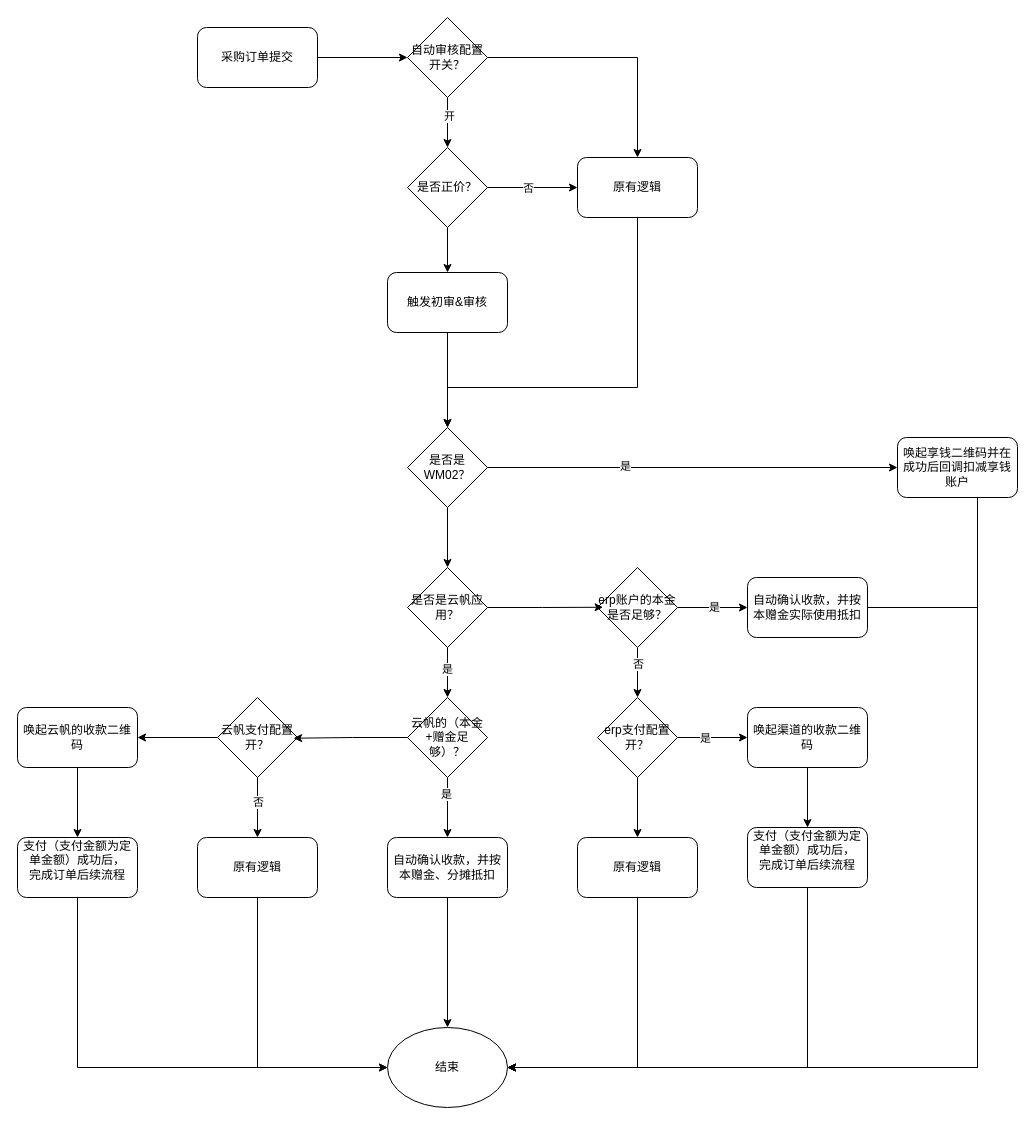
The draw.io diagram 290.drawio in duoduoCain/blog, before the edit. Source tidied: cells renumbered, new cells numbered last; positions are measured from the earlier drawing's top-left corner, leaving out a move shared by most shapes. Both pictures are drawn from the tidied source at 100%, with x=0, y=0 at pixel (17, 17).
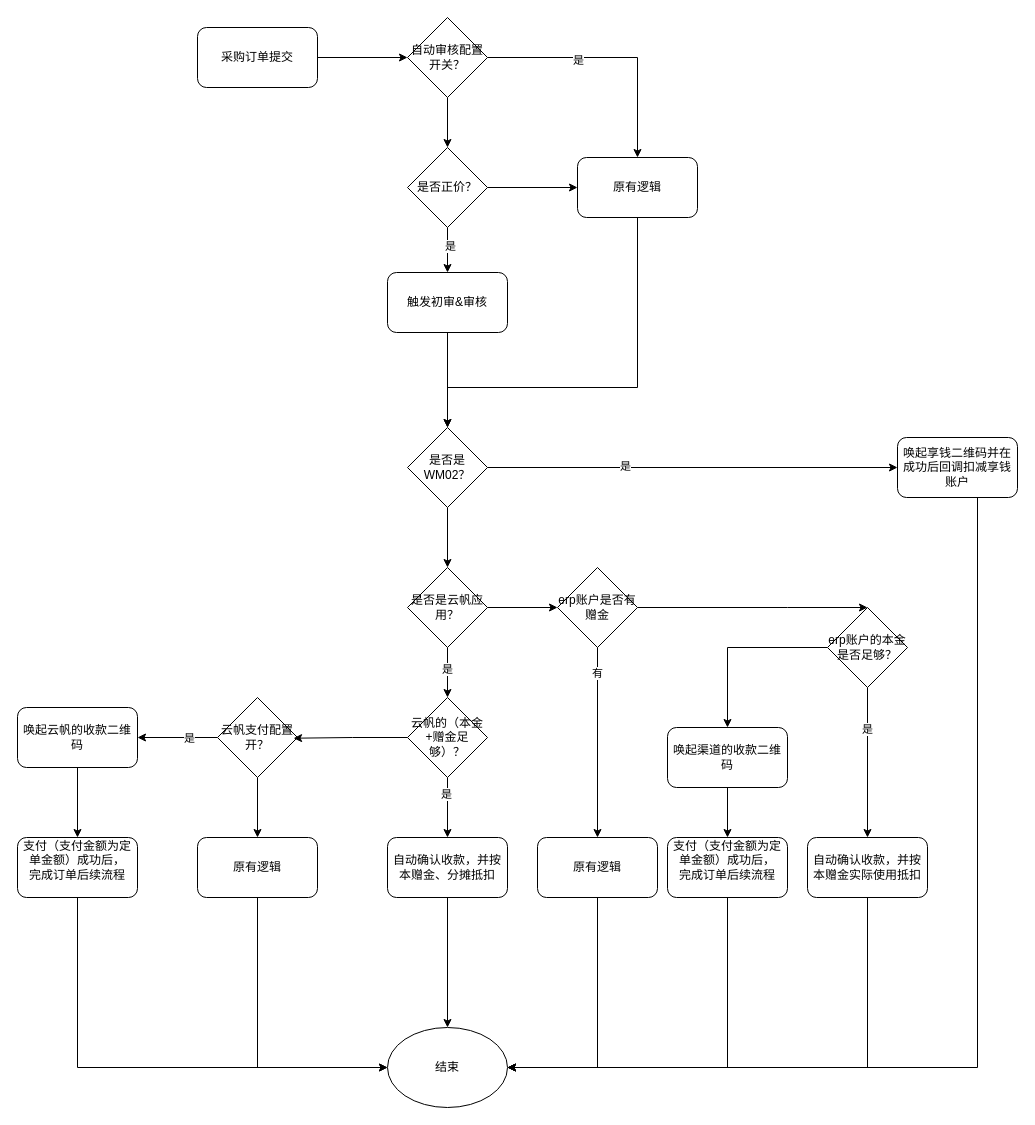
The same page after the edit.

Unchanged cells that the change refers to:
```xml
<mxCell id="2" style="edgeStyle=orthogonalEdgeStyle;rounded=0;jettySize=auto;html=1;exitX=0.5;exitY=1;exitDx=0;exitDy=0;" parent="1" edge="1" source="5" target="11">
  <mxGeometry relative="1" as="geometry" />
</mxCell>
<mxCell id="4" style="edgeStyle=orthogonalEdgeStyle;rounded=0;jettySize=auto;html=1;exitX=1;exitY=0.5;exitDx=0;exitDy=0;" parent="1" edge="1" source="5" target="13">
  <mxGeometry relative="1" as="geometry" />
</mxCell>
<mxCell id="8" style="edgeStyle=orthogonalEdgeStyle;rounded=0;jettySize=auto;html=1;" parent="1" edge="1" source="11" target="13">
  <mxGeometry relative="1" as="geometry" />
</mxCell>
<mxCell id="10" style="edgeStyle=orthogonalEdgeStyle;rounded=0;jettySize=auto;html=1;" parent="1" edge="1" source="11" target="15">
  <mxGeometry relative="1" as="geometry" />
</mxCell>
<mxCell id="24" value="是否是云帆应用？" style="rhombus;whiteSpace=wrap;html=1;" parent="1" vertex="1">
  <mxGeometry x="390" y="550" width="80" height="80" as="geometry" />
</mxCell>
<mxCell id="30" style="edgeStyle=orthogonalEdgeStyle;rounded=0;jettySize=auto;html=1;exitX=0.5;exitY=1;exitDx=0;exitDy=0;" parent="1" edge="1" source="33" target="35">
  <mxGeometry relative="1" as="geometry" />
</mxCell>
<mxCell id="32" style="edgeStyle=orthogonalEdgeStyle;rounded=0;jettySize=auto;html=1;exitX=0;exitY=0.5;exitDx=0;exitDy=0;entryX=1;entryY=0.5;entryDx=0;entryDy=0;" parent="1" edge="1" source="33" target="38">
  <mxGeometry relative="1" as="geometry" />
</mxCell>
<mxCell id="59" value="结束" style="ellipse;whiteSpace=wrap;html=1;" parent="1" vertex="1">
  <mxGeometry x="370" y="1010" width="120" height="80" as="geometry" />
</mxCell>
```

What changed in the source:
```diff
@@
-    <mxCell id="3" value="开" style="edgeLabel;html=1;align=center;verticalAlign=middle;" parent="2" vertex="1">
-      <mxGeometry x="-0.3" y="1" relative="1" as="geometry" />
-    </mxCell>
@@
+    <mxCell id="60" value="是" style="edgeLabel;html=1;align=center;verticalAlign=middle;" parent="4" vertex="1">
+      <mxGeometry x="-0.28" y="-2" relative="1" as="geometry" />
+    </mxCell>
@@
-    <mxCell id="9" value="否" style="edgeLabel;html=1;align=center;verticalAlign=middle;" parent="8" vertex="1">
-      <mxGeometry x="-0.11" relative="1" as="geometry" />
-    </mxCell>
@@
+    <mxCell id="61" value="是" style="edgeLabel;html=1;align=center;verticalAlign=middle;" parent="10" vertex="1">
+      <mxGeometry x="-0.21" y="2" relative="1" as="geometry" />
+    </mxCell>
@@
+    <mxCell id="62" style="edgeStyle=orthogonalEdgeStyle;rounded=0;jettySize=auto;html=1;exitX=1;exitY=0.5;exitDx=0;exitDy=0;entryX=0;entryY=0.5;entryDx=0;entryDy=0;" parent="1" edge="1" source="24" target="67">
+      <mxGeometry relative="1" as="geometry" />
+    </mxCell>
@@
-    <mxCell id="31" value="否" style="edgeLabel;html=1;align=center;verticalAlign=middle;" parent="30" vertex="1">
-      <mxGeometry x="-0.2" relative="1" as="geometry" />
-    </mxCell>
@@
+    <mxCell id="63" value="是" style="edgeLabel;html=1;align=center;verticalAlign=middle;" parent="32" vertex="1">
+      <mxGeometry x="-0.28" relative="1" as="geometry" />
+    </mxCell>
@@
-    <mxCell id="41" style="edgeStyle=orthogonalEdgeStyle;rounded=0;jettySize=auto;html=1;entryX=0;entryY=0.5;entryDx=0;entryDy=0;" parent="1" edge="1" source="45" target="52">
+    <mxCell id="41" style="edgeStyle=orthogonalEdgeStyle;rounded=0;jettySize=auto;html=1;" parent="1" edge="1" source="45" target="52">
       <mxGeometry relative="1" as="geometry" />
     </mxCell>
-    <mxCell id="42" value="是" style="edgeLabel;html=1;align=center;verticalAlign=middle;" parent="41" vertex="1">
-      <mxGeometry x="0.04" y="1" relative="1" as="geometry" />
-    </mxCell>
-    <mxCell id="43" style="edgeStyle=orthogonalEdgeStyle;rounded=0;jettySize=auto;html=1;exitX=0.5;exitY=1;exitDx=0;exitDy=0;" parent="1" edge="1" source="45" target="50">
-      <mxGeometry relative="1" as="geometry" />
-    </mxCell>
-    <mxCell id="44" value="否" style="edgeLabel;html=1;align=center;verticalAlign=middle;" parent="43" vertex="1">
-      <mxGeometry x="-0.36" relative="1" as="geometry" />
-    </mxCell>
+    <mxCell id="64" value="是" style="edgeLabel;html=1;align=center;verticalAlign=middle;" parent="41" vertex="1">
+      <mxGeometry x="-0.46" y="-1" relative="1" as="geometry" />
+    </mxCell>
+    <mxCell id="65" style="edgeStyle=orthogonalEdgeStyle;rounded=0;jettySize=auto;html=1;exitX=0;exitY=0.5;exitDx=0;exitDy=0;entryX=0.5;entryY=0;entryDx=0;entryDy=0;" parent="1" edge="1" source="45" target="54">
+      <mxGeometry relative="1" as="geometry" />
+    </mxCell>
     <mxCell id="45" value="erp账户的本金是否足够？" style="rhombus;whiteSpace=wrap;html=1;" parent="1" vertex="1">
-      <mxGeometry x="580" y="550" width="80" height="80" as="geometry" />
+      <mxGeometry x="810" y="590" width="80" height="80" as="geometry" />
     </mxCell>
-    <mxCell id="46" style="edgeStyle=orthogonalEdgeStyle;rounded=0;jettySize=auto;html=1;exitX=1;exitY=0.5;exitDx=0;exitDy=0;entryX=0.07;entryY=0.497;entryDx=0;entryDy=0;entryPerimeter=0;" parent="1" edge="1" source="24" target="45">
-      <mxGeometry relative="1" as="geometry" />
-    </mxCell>
-    <mxCell id="47" style="edgeStyle=orthogonalEdgeStyle;rounded=0;jettySize=auto;html=1;" parent="1" edge="1" source="50" target="54">
-      <mxGeometry relative="1" as="geometry" />
-    </mxCell>
-    <mxCell id="48" value="是" style="edgeLabel;html=1;align=center;verticalAlign=middle;" parent="47" vertex="1">
-      <mxGeometry x="-0.24" relative="1" as="geometry" />
-    </mxCell>
-    <mxCell id="49" style="edgeStyle=orthogonalEdgeStyle;rounded=0;jettySize=auto;html=1;exitX=0.5;exitY=1;exitDx=0;exitDy=0;" parent="1" edge="1" source="50" target="58">
-      <mxGeometry relative="1" as="geometry" />
-    </mxCell>
-    <mxCell id="50" value="erp支付配置开？" style="rhombus;whiteSpace=wrap;html=1;" parent="1" vertex="1">
-      <mxGeometry x="580" y="680" width="80" height="80" as="geometry" />
-    </mxCell>
     <mxCell id="51" style="edgeStyle=orthogonalEdgeStyle;rounded=0;jettySize=auto;html=1;entryX=1;entryY=0.5;entryDx=0;entryDy=0;" parent="1" edge="1" source="52" target="59">
       <mxGeometry relative="1" as="geometry">
         <Array as="points">
-          <mxPoint x="960" y="590" />
-          <mxPoint x="960" y="1050" />
+          <mxPoint x="850" y="1050" />
         </Array>
       </mxGeometry>
     </mxCell>
     <mxCell id="52" value="自动确认收款，并按本赠金实际使用抵扣" style="rounded=1;whiteSpace=wrap;html=1;" parent="1" vertex="1">
-      <mxGeometry x="730" y="560" width="120" height="60" as="geometry" />
+      <mxGeometry x="790" y="820" width="120" height="60" as="geometry" />
     </mxCell>
@@
     <mxCell id="54" value="唤起渠道的收款二维码" style="rounded=1;whiteSpace=wrap;html=1;" parent="1" vertex="1">
-      <mxGeometry x="730" y="690" width="120" height="60" as="geometry" />
+      <mxGeometry x="650" y="710" width="120" height="60" as="geometry" />
     </mxCell>
-    <mxCell id="55" style="edgeStyle=orthogonalEdgeStyle;rounded=0;jettySize=auto;html=1;entryX=1;entryY=0.5;entryDx=0;entryDy=0;" parent="1" edge="1" source="56" target="59">
+    <mxCell id="55" style="edgeStyle=orthogonalEdgeStyle;rounded=0;jettySize=auto;html=1;entryX=1;entryY=0.5;entryDx=0;entryDy=0;exitX=0.5;exitY=1;exitDx=0;exitDy=0;" parent="1" edge="1" source="56" target="59">
       <mxGeometry relative="1" as="geometry">
         <Array as="points">
-          <mxPoint x="790" y="1050" />
+          <mxPoint x="710" y="1050" />
         </Array>
       </mxGeometry>
     </mxCell>
     <mxCell id="56" value="支付（支付金额为定单金额）成功后，&lt;br&gt;完成订单后续流程&lt;div&gt;&lt;br&gt;&lt;/div&gt;" style="rounded=1;whiteSpace=wrap;html=1;" parent="1" vertex="1">
-      <mxGeometry x="730" y="810" width="120" height="60" as="geometry" />
+      <mxGeometry x="650" y="820" width="120" height="60" as="geometry" />
     </mxCell>
@@
     <mxCell id="58" value="原有逻辑" style="rounded=1;whiteSpace=wrap;html=1;" parent="1" vertex="1">
-      <mxGeometry x="560" y="820" width="120" height="60" as="geometry" />
+      <mxGeometry x="520" y="820" width="120" height="60" as="geometry" />
     </mxCell>
@@
+    <mxCell id="66" style="edgeStyle=orthogonalEdgeStyle;rounded=0;jettySize=auto;html=1;entryX=0.5;entryY=0;entryDx=0;entryDy=0;" parent="1" edge="1" source="67" target="45">
+      <mxGeometry relative="1" as="geometry">
+        <Array as="points">
+          <mxPoint x="770" y="590" />
+          <mxPoint x="770" y="590" />
+        </Array>
+      </mxGeometry>
+    </mxCell>
+    <mxCell id="67" value="erp账户是否有赠金" style="rhombus;whiteSpace=wrap;html=1;" parent="1" vertex="1">
+      <mxGeometry x="540" y="550" width="80" height="80" as="geometry" />
+    </mxCell>
+    <mxCell id="68" style="edgeStyle=orthogonalEdgeStyle;rounded=0;jettySize=auto;html=1;exitX=0.5;exitY=1;exitDx=0;exitDy=0;" parent="1" edge="1" source="67" target="58">
+      <mxGeometry relative="1" as="geometry" />
+    </mxCell>
+    <mxCell id="69" value="有" style="edgeLabel;html=1;align=center;verticalAlign=middle;" parent="68" vertex="1">
+      <mxGeometry x="-0.74" y="-1" relative="1" as="geometry" />
+    </mxCell>
```
